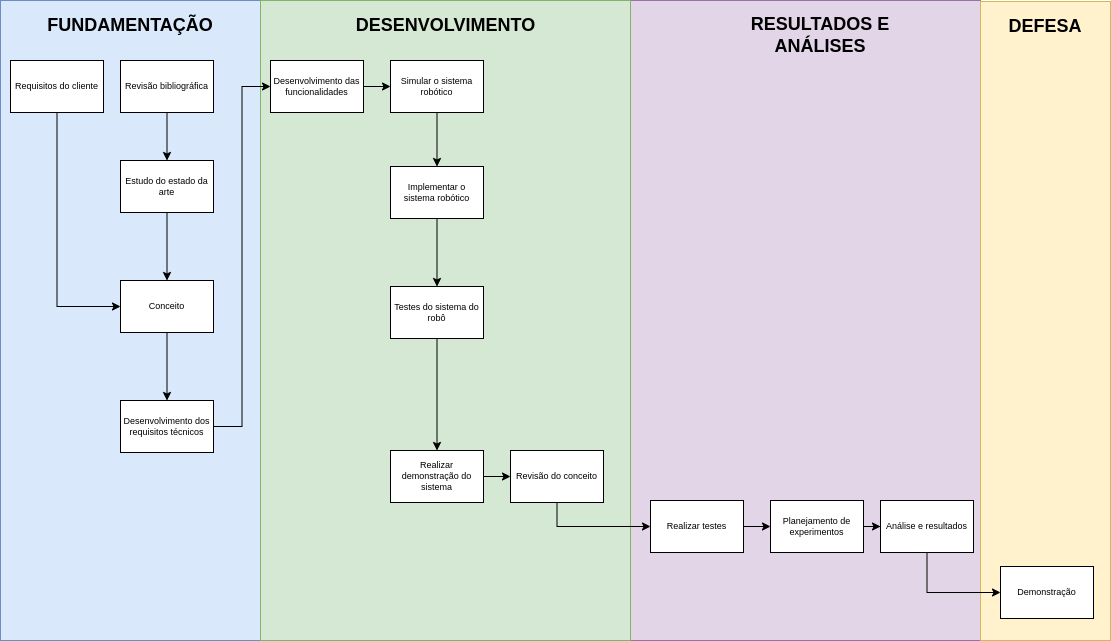
This is Source/pictures/metodologia.png from vagnerssilva/trail-walker-beamer, a draw.io export, as it was before one commit. Source tidied: cells renumbered, new cells last; positions are measured from the earlier drawing's top-left corner, leaving out a move shared by most shapes.
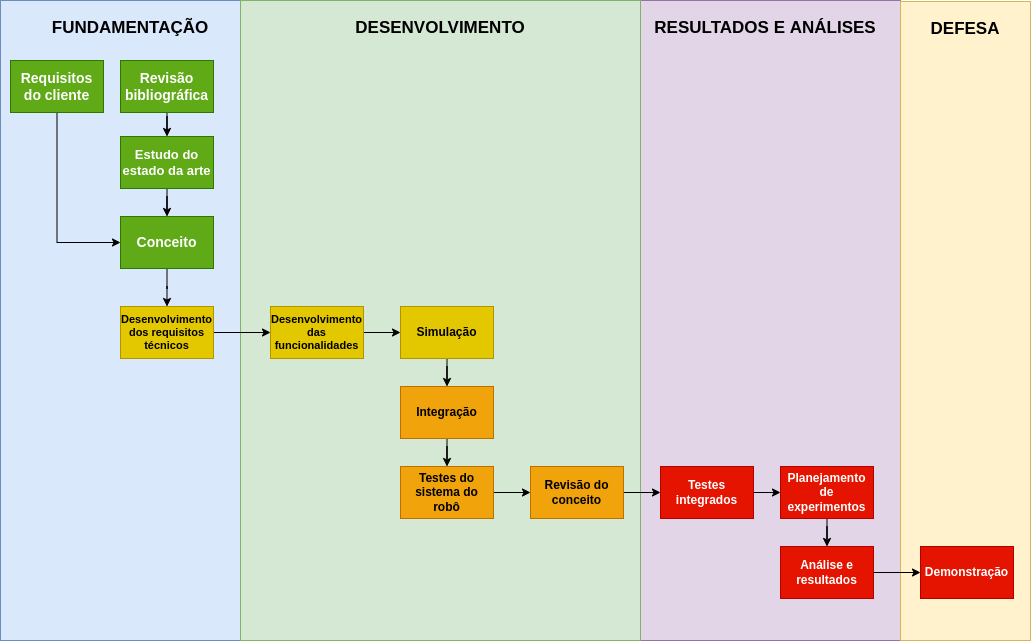
Above is the later version.

What changed in the source:
```diff
@@ -2,84 +2,70 @@
   <root>
     <mxCell id="0" />
     <mxCell id="1" parent="0" />
-    <mxCell id="2" style="rounded=0;whiteSpace=wrap;html=1;fillColor=#e1d5e7;strokeColor=#9673a6;" parent="1" vertex="1">
-      <mxGeometry x="630" width="350" height="640" as="geometry" />
+    <mxCell id="2" value="RESULTADOS E ANÁLISES" style="rounded=0;whiteSpace=wrap;html=1;fillColor=#e1d5e7;strokeColor=#9673a6;fontStyle=1;fontSize=17;verticalAlign=top;spacingTop=11;" parent="1" vertex="1">
+      <mxGeometry x="630" width="270" height="640" as="geometry" />
     </mxCell>
-    <mxCell id="3" style="rounded=0;whiteSpace=wrap;html=1;fillColor=#dae8fc;strokeColor=#6c8ebf;" parent="1" vertex="1">
+    <mxCell id="3" value="&lt;span style=&quot;font-size: 17px;&quot;&gt;&lt;b style=&quot;font-size: 17px;&quot;&gt;FUNDAMENTAÇÃO&lt;/b&gt;&lt;/span&gt;" style="rounded=0;whiteSpace=wrap;html=1;fillColor=#dae8fc;strokeColor=#6c8ebf;verticalAlign=top;spacingTop=11;fontSize=17;" parent="1" vertex="1">
       <mxGeometry width="260" height="640" as="geometry" />
     </mxCell>
-    <mxCell id="4" style="rounded=0;whiteSpace=wrap;html=1;fillColor=#d5e8d4;strokeColor=#82b366;" parent="1" vertex="1">
-      <mxGeometry x="260" width="370" height="640" as="geometry" />
+    <mxCell id="4" value="&lt;span style=&quot;font-size: 17px;&quot;&gt;&lt;b style=&quot;font-size: 17px;&quot;&gt;DESENVOLVIMENTO&lt;/b&gt;&lt;/span&gt;" style="rounded=0;whiteSpace=wrap;html=1;fillColor=#d5e8d4;strokeColor=#82b366;verticalAlign=top;spacingTop=11;fontSize=17;" parent="1" vertex="1">
+      <mxGeometry x="240" width="400" height="640" as="geometry" />
     </mxCell>
-    <mxCell id="5" style="rounded=0;whiteSpace=wrap;html=1;fillColor=#fff2cc;strokeColor=#d6b656;" parent="1" vertex="1">
-      <mxGeometry x="980" y="1" width="130" height="639" as="geometry" />
+    <mxCell id="5" value="&lt;font style=&quot;font-size: 17px;&quot;&gt;&lt;span style=&quot;line-height: 1.2; font-size: 17px;&quot;&gt;DEFESA&lt;/span&gt;&lt;/font&gt;" style="rounded=0;whiteSpace=wrap;html=1;fillColor=#fff2cc;strokeColor=#d6b656;verticalAlign=top;fontSize=17;fontStyle=1;spacingTop=11;" parent="1" vertex="1">
+      <mxGeometry x="900" y="1" width="130" height="639" as="geometry" />
     </mxCell>
-    <mxCell id="6" value="&lt;b&gt;&lt;font style=&quot;font-size: 18px&quot;&gt;FUNDAMENTAÇÃO&lt;/font&gt;&lt;/b&gt;" style="text;html=1;strokeColor=none;fillColor=none;align=center;verticalAlign=middle;whiteSpace=wrap;rounded=0;" parent="1" vertex="1">
-      <mxGeometry x="85" y="10" width="90" height="30" as="geometry" />
-    </mxCell>
-    <mxCell id="7" value="&lt;span style=&quot;font-size: 18px&quot;&gt;&lt;b&gt;DESENVOLVIMENTO&lt;/b&gt;&lt;/span&gt;" style="text;html=1;strokeColor=none;fillColor=none;align=center;verticalAlign=middle;whiteSpace=wrap;rounded=0;" parent="1" vertex="1">
-      <mxGeometry x="377.5" y="5" width="135" height="40" as="geometry" />
-    </mxCell>
-    <mxCell id="8" value="&lt;span style=&quot;font-size: 18px&quot;&gt;&lt;b&gt;DEFESA&lt;/b&gt;&lt;/span&gt;" style="text;html=1;strokeColor=none;fillColor=none;align=center;verticalAlign=middle;whiteSpace=wrap;rounded=0;" parent="1" vertex="1">
-      <mxGeometry x="985" y="1" width="120" height="50" as="geometry" />
-    </mxCell>
-    <mxCell id="9" value="&lt;span style=&quot;font-size: 18px&quot;&gt;&lt;b&gt;RESULTADOS E ANÁLISES&lt;/b&gt;&lt;/span&gt;" style="text;html=1;strokeColor=none;fillColor=none;align=center;verticalAlign=middle;whiteSpace=wrap;rounded=0;" parent="1" vertex="1">
-      <mxGeometry x="710" y="10" width="220" height="50" as="geometry" />
-    </mxCell>
     <mxCell id="10" style="edgeStyle=orthogonalEdgeStyle;rounded=0;jettySize=auto;html=1;" parent="1" edge="1" source="20" target="19">
       <mxGeometry relative="1" as="geometry" />
     </mxCell>
-    <mxCell id="11" style="edgeStyle=orthogonalEdgeStyle;rounded=0;jettySize=auto;html=1;exitX=0.5;exitY=1;exitDx=0;exitDy=0;" parent="1" edge="1" source="32" target="39">
+    <mxCell id="11" style="edgeStyle=orthogonalEdgeStyle;rounded=0;jettySize=auto;html=1;exitX=1;exitY=0.5;exitDx=0;exitDy=0;" parent="1" edge="1" source="32" target="39">
       <mxGeometry relative="1" as="geometry" />
     </mxCell>
-    <mxCell id="12" style="edgeStyle=orthogonalEdgeStyle;rounded=0;jettySize=auto;html=1;entryX=0;entryY=0.5;entryDx=0;entryDy=0;exitX=0.5;exitY=1;exitDx=0;exitDy=0;" parent="1" edge="1" source="35" target="36">
+    <mxCell id="12" style="edgeStyle=orthogonalEdgeStyle;rounded=0;jettySize=auto;html=1;entryX=0;entryY=0.5;entryDx=0;entryDy=0;exitX=1;exitY=0.5;exitDx=0;exitDy=0;" parent="1" edge="1" source="35" target="36">
       <mxGeometry relative="1" as="geometry" />
     </mxCell>
     <mxCell id="13" value="flow" parent="0" />
     <mxCell id="14" style="edgeStyle=orthogonalEdgeStyle;rounded=0;jettySize=auto;html=1;entryX=0.5;entryY=0;entryDx=0;entryDy=0;fontSize=9;strokeWidth=1;" parent="13" edge="1" source="15" target="17">
       <mxGeometry relative="1" as="geometry" />
     </mxCell>
-    <mxCell id="15" value="&lt;span style=&quot;font-size: 9px;&quot;&gt;Revisão bibliográfica&lt;/span&gt;" style="rounded=0;whiteSpace=wrap;html=1;fontSize=9;strokeWidth=1;" parent="13" vertex="1">
+    <mxCell id="15" value="&lt;font style=&quot;font-size: 14px;&quot;&gt;&lt;b&gt;Revisão bibliográfica&lt;/b&gt;&lt;/font&gt;" style="rounded=0;whiteSpace=wrap;html=1;fontSize=9;strokeWidth=1;fillColor=#60a917;fontColor=#ffffff;strokeColor=#2D7600;" parent="13" vertex="1">
       <mxGeometry x="120" y="60" width="93" height="52" as="geometry" />
     </mxCell>
     <mxCell id="16" style="edgeStyle=orthogonalEdgeStyle;rounded=0;jettySize=auto;html=1;fontSize=9;strokeWidth=1;" parent="13" edge="1" source="17" target="28">
       <mxGeometry relative="1" as="geometry" />
     </mxCell>
-    <mxCell id="17" value="Estudo do estado da arte" style="rounded=0;whiteSpace=wrap;html=1;fontSize=9;strokeWidth=1;" parent="13" vertex="1">
-      <mxGeometry x="120" y="160" width="93" height="52" as="geometry" />
+    <mxCell id="17" value="&lt;font style=&quot;font-size: 13px;&quot;&gt;Estudo do estado da arte&lt;/font&gt;" style="rounded=0;whiteSpace=wrap;html=1;fontSize=10;strokeWidth=1;fontStyle=1;fillColor=#60a917;fontColor=#ffffff;strokeColor=#2D7600;" parent="13" vertex="1">
+      <mxGeometry x="120" y="136" width="93" height="52" as="geometry" />
     </mxCell>
     <mxCell id="18" style="edgeStyle=orthogonalEdgeStyle;rounded=0;jettySize=auto;html=1;entryX=0.5;entryY=0;entryDx=0;entryDy=0;fontSize=9;strokeWidth=1;" parent="13" edge="1" source="19" target="24">
       <mxGeometry relative="1" as="geometry" />
     </mxCell>
-    <mxCell id="19" value="Implementar o sistema robótico" style="rounded=0;whiteSpace=wrap;html=1;fontSize=9;strokeWidth=1;" parent="13" vertex="1">
-      <mxGeometry x="390" y="166" width="93" height="52" as="geometry" />
+    <mxCell id="19" value="&lt;font style=&quot;font-size: 12px;&quot;&gt;Integração&lt;/font&gt;" style="rounded=0;whiteSpace=wrap;html=1;fontSize=9;strokeWidth=1;fontStyle=1;fillColor=#f0a30a;fontColor=#000000;strokeColor=#BD7000;" parent="13" vertex="1">
+      <mxGeometry x="400" y="386" width="93" height="52" as="geometry" />
     </mxCell>
-    <mxCell id="20" value="Simular o sistema robótico" style="rounded=0;whiteSpace=wrap;html=1;fontSize=9;strokeWidth=1;" parent="13" vertex="1">
-      <mxGeometry x="390" y="60" width="93" height="52" as="geometry" />
+    <mxCell id="20" value="&lt;font style=&quot;font-size: 12px;&quot;&gt;Simulação&lt;/font&gt;" style="rounded=0;whiteSpace=wrap;html=1;fontSize=9;strokeWidth=1;fontStyle=1;fillColor=#e3c800;fontColor=#000000;strokeColor=#B09500;" parent="13" vertex="1">
+      <mxGeometry x="400" y="306" width="93" height="52" as="geometry" />
     </mxCell>
-    <mxCell id="21" style="edgeStyle=orthogonalEdgeStyle;rounded=0;jettySize=auto;html=1;entryX=0;entryY=0.5;entryDx=0;entryDy=0;fontSize=9;strokeWidth=1;exitX=1;exitY=0.5;exitDx=0;exitDy=0;" parent="13" edge="1" source="22" target="32">
-      <mxGeometry relative="1" as="geometry" />
-    </mxCell>
-    <mxCell id="22" value="Realizar demonstração do sistema" style="rounded=0;whiteSpace=wrap;html=1;fontSize=9;strokeWidth=1;" parent="13" vertex="1">
-      <mxGeometry x="390" y="450" width="93" height="52" as="geometry" />
-    </mxCell>
-    <mxCell id="23" style="edgeStyle=orthogonalEdgeStyle;rounded=0;jettySize=auto;html=1;entryX=0.5;entryY=0;entryDx=0;entryDy=0;fontSize=9;strokeWidth=1;" parent="13" edge="1" source="24" target="22">
-      <mxGeometry relative="1" as="geometry" />
+    <mxCell id="23" style="edgeStyle=orthogonalEdgeStyle;rounded=0;jettySize=auto;html=1;entryX=0;entryY=0.5;entryDx=0;entryDy=0;fontSize=9;strokeWidth=1;" parent="13" edge="1" source="24" target="32">
+      <mxGeometry relative="1" as="geometry">
+        <Array as="points">
+          <mxPoint x="440" y="476" />
+        </Array>
+      </mxGeometry>
     </mxCell>
-    <mxCell id="24" value="Testes do sistema do robô" style="rounded=0;whiteSpace=wrap;html=1;fontSize=9;strokeWidth=1;" parent="13" vertex="1">
-      <mxGeometry x="390" y="286" width="93" height="52" as="geometry" />
+    <mxCell id="24" value="&lt;b&gt;&lt;font style=&quot;font-size: 12px;&quot;&gt;Testes do sistema do robô&lt;/font&gt;&lt;/b&gt;" style="rounded=0;whiteSpace=wrap;html=1;fontSize=9;strokeWidth=1;fillColor=#f0a30a;fontColor=#000000;strokeColor=#BD7000;" parent="13" vertex="1">
+      <mxGeometry x="400" y="466" width="93" height="52" as="geometry" />
     </mxCell>
     <mxCell id="25" style="edgeStyle=orthogonalEdgeStyle;rounded=0;jettySize=auto;html=1;entryX=0;entryY=0.5;entryDx=0;entryDy=0;exitX=0.5;exitY=1;exitDx=0;exitDy=0;fontSize=9;strokeWidth=1;" parent="13" edge="1" source="26" target="28">
       <mxGeometry relative="1" as="geometry" />
     </mxCell>
-    <mxCell id="26" value="Requisitos do cliente" style="rounded=0;whiteSpace=wrap;html=1;fontSize=9;strokeWidth=1;" parent="13" vertex="1">
+    <mxCell id="26" value="&lt;font style=&quot;font-size: 14px;&quot;&gt;&lt;b&gt;Requisitos do cliente&lt;/b&gt;&lt;/font&gt;" style="rounded=0;whiteSpace=wrap;html=1;fontSize=9;strokeWidth=1;fillColor=#60a917;fontColor=#ffffff;strokeColor=#2D7600;" parent="13" vertex="1">
       <mxGeometry x="10" y="60" width="93" height="52" as="geometry" />
     </mxCell>
     <mxCell id="27" style="edgeStyle=orthogonalEdgeStyle;rounded=0;jettySize=auto;html=1;entryX=0.5;entryY=0;entryDx=0;entryDy=0;fontSize=9;strokeWidth=1;" parent="13" edge="1" source="28" target="37">
       <mxGeometry relative="1" as="geometry" />
     </mxCell>
-    <mxCell id="28" value="Conceito" style="rounded=0;whiteSpace=wrap;html=1;fontSize=9;strokeWidth=1;" parent="13" vertex="1">
-      <mxGeometry x="120" y="280" width="93" height="52" as="geometry" />
+    <mxCell id="28" value="&lt;font style=&quot;font-size: 14px;&quot;&gt;Conceito&lt;/font&gt;" style="rounded=0;whiteSpace=wrap;html=1;fontSize=10;strokeWidth=1;fontStyle=1;fillColor=#60a917;fontColor=#ffffff;strokeColor=#2D7600;" parent="13" vertex="1">
+      <mxGeometry x="120" y="216" width="93" height="52" as="geometry" />
     </mxCell>
     <mxCell id="29" style="edgeStyle=orthogonalEdgeStyle;rounded=0;jettySize=auto;html=1;entryX=0;entryY=0.5;entryDx=0;entryDy=0;startArrow=none;startFill=0;fontSize=9;strokeWidth=1;exitX=1;exitY=0.5;exitDx=0;exitDy=0;" parent="13" edge="1" source="37" target="31">
       <mxGeometry relative="1" as="geometry" />
@@ -87,32 +73,32 @@
     <mxCell id="30" style="edgeStyle=orthogonalEdgeStyle;rounded=0;jettySize=auto;html=1;entryX=0;entryY=0.5;entryDx=0;entryDy=0;fontSize=9;startArrow=none;startFill=0;strokeWidth=1;" parent="13" edge="1" source="31" target="20">
       <mxGeometry relative="1" as="geometry" />
     </mxCell>
-    <mxCell id="31" value="Desenvolvimento das funcionalidades" style="rounded=0;whiteSpace=wrap;html=1;fontSize=9;strokeWidth=1;" parent="13" vertex="1">
-      <mxGeometry x="270" y="60" width="93" height="52" as="geometry" />
+    <mxCell id="31" value="&lt;font style=&quot;font-size: 11px;&quot;&gt;&lt;b&gt;Desenvolvimento das funcionalidades&lt;/b&gt;&lt;/font&gt;" style="rounded=0;whiteSpace=wrap;html=1;fontSize=9;strokeWidth=1;fillColor=#e3c800;fontColor=#000000;strokeColor=#B09500;" parent="13" vertex="1">
+      <mxGeometry x="270" y="306" width="93" height="52" as="geometry" />
     </mxCell>
-    <mxCell id="32" value="Revisão do conceito" style="rounded=0;whiteSpace=wrap;html=1;fontSize=9;strokeWidth=1;" parent="13" vertex="1">
-      <mxGeometry x="510" y="450" width="93" height="52" as="geometry" />
+    <mxCell id="32" value="&lt;font style=&quot;font-size: 12px;&quot;&gt;&lt;b&gt;Revisão do conceito&lt;/b&gt;&lt;/font&gt;" style="rounded=0;whiteSpace=wrap;html=1;fontSize=9;strokeWidth=1;fillColor=#f0a30a;fontColor=#000000;strokeColor=#BD7000;" parent="13" vertex="1">
+      <mxGeometry x="530" y="466" width="93" height="52" as="geometry" />
     </mxCell>
     <mxCell id="33" style="edgeStyle=orthogonalEdgeStyle;rounded=0;jettySize=auto;html=1;fontSize=9;strokeWidth=1;" parent="13" edge="1" source="34" target="35">
       <mxGeometry relative="1" as="geometry" />
     </mxCell>
-    <mxCell id="34" value="Planejamento de experimentos" style="rounded=0;whiteSpace=wrap;html=1;fontSize=9;strokeWidth=1;" parent="13" vertex="1">
-      <mxGeometry x="770" y="500" width="93" height="52" as="geometry" />
+    <mxCell id="34" value="&lt;font style=&quot;font-size: 12px;&quot;&gt;&lt;b&gt;Planejamento de experimentos&lt;/b&gt;&lt;/font&gt;" style="rounded=0;whiteSpace=wrap;html=1;fontSize=9;strokeWidth=1;fillColor=#e51400;fontColor=#ffffff;strokeColor=#B20000;" parent="13" vertex="1">
+      <mxGeometry x="780" y="466" width="93" height="52" as="geometry" />
     </mxCell>
-    <mxCell id="35" value="Análise e resultados" style="rounded=0;whiteSpace=wrap;html=1;fontSize=9;strokeWidth=1;" parent="13" vertex="1">
-      <mxGeometry x="880" y="500" width="93" height="52" as="geometry" />
+    <mxCell id="35" value="&lt;font style=&quot;font-size: 12px;&quot;&gt;&lt;b&gt;Análise e resultados&lt;/b&gt;&lt;/font&gt;" style="rounded=0;whiteSpace=wrap;html=1;fontSize=9;strokeWidth=1;fillColor=#e51400;fontColor=#ffffff;strokeColor=#B20000;" parent="13" vertex="1">
+      <mxGeometry x="780" y="546" width="93" height="52" as="geometry" />
     </mxCell>
-    <mxCell id="36" value="Demonstração" style="rounded=0;whiteSpace=wrap;html=1;fontSize=9;strokeWidth=1;" parent="13" vertex="1">
-      <mxGeometry x="1000" y="566" width="93" height="52" as="geometry" />
+    <mxCell id="36" value="&lt;font style=&quot;font-size: 12px;&quot;&gt;&lt;b&gt;Demonstração&lt;/b&gt;&lt;/font&gt;" style="rounded=0;whiteSpace=wrap;html=1;fontSize=9;strokeWidth=1;fillColor=#e51400;fontColor=#ffffff;strokeColor=#B20000;" parent="13" vertex="1">
+      <mxGeometry x="920" y="546" width="93" height="52" as="geometry" />
     </mxCell>
-    <mxCell id="37" value="Desenvolvimento dos requisitos técnicos" style="rounded=0;whiteSpace=wrap;html=1;fontSize=9;strokeWidth=1;" parent="13" vertex="1">
-      <mxGeometry x="120" y="400" width="93" height="52" as="geometry" />
+    <mxCell id="37" value="&lt;font style=&quot;font-size: 11px;&quot;&gt;&lt;b style=&quot;&quot;&gt;Desenvolvimento dos requisitos técnicos&lt;/b&gt;&lt;/font&gt;" style="rounded=0;whiteSpace=wrap;html=1;fontSize=9;strokeWidth=1;fillColor=#e3c800;fontColor=#000000;strokeColor=#B09500;" parent="13" vertex="1">
+      <mxGeometry x="120" y="306" width="93" height="52" as="geometry" />
     </mxCell>
     <mxCell id="38" style="edgeStyle=orthogonalEdgeStyle;rounded=0;jettySize=auto;html=1;startArrow=none;startFill=0;fontSize=9;strokeWidth=1;" parent="13" edge="1" source="39" target="34">
       <mxGeometry relative="1" as="geometry" />
     </mxCell>
-    <mxCell id="39" value="Realizar testes" style="rounded=0;whiteSpace=wrap;html=1;fontSize=9;strokeWidth=1;" parent="13" vertex="1">
-      <mxGeometry x="650" y="500" width="93" height="52" as="geometry" />
+    <mxCell id="39" value="&lt;font style=&quot;font-size: 12px;&quot;&gt;&lt;b&gt;Testes integrados&lt;/b&gt;&lt;/font&gt;" style="rounded=0;whiteSpace=wrap;html=1;fontSize=9;strokeWidth=1;fillColor=#e51400;fontColor=#ffffff;strokeColor=#B20000;" parent="13" vertex="1">
+      <mxGeometry x="660" y="466" width="93" height="52" as="geometry" />
     </mxCell>
   </root>
 </mxGraphModel>
```
